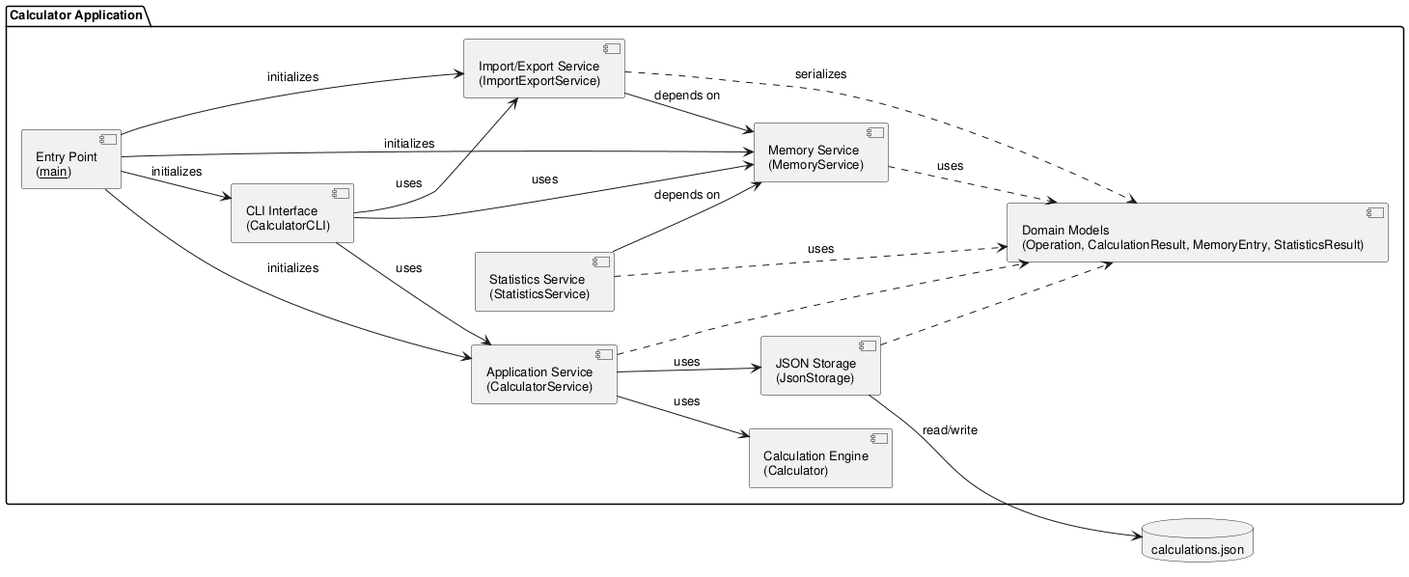
Before: experiments/pipeline/test_driven/calculator/artifacts/component_diagram.png, a diagram exported from PlantUML (DanielRiha8906/Software_autoevolution_using_agents).
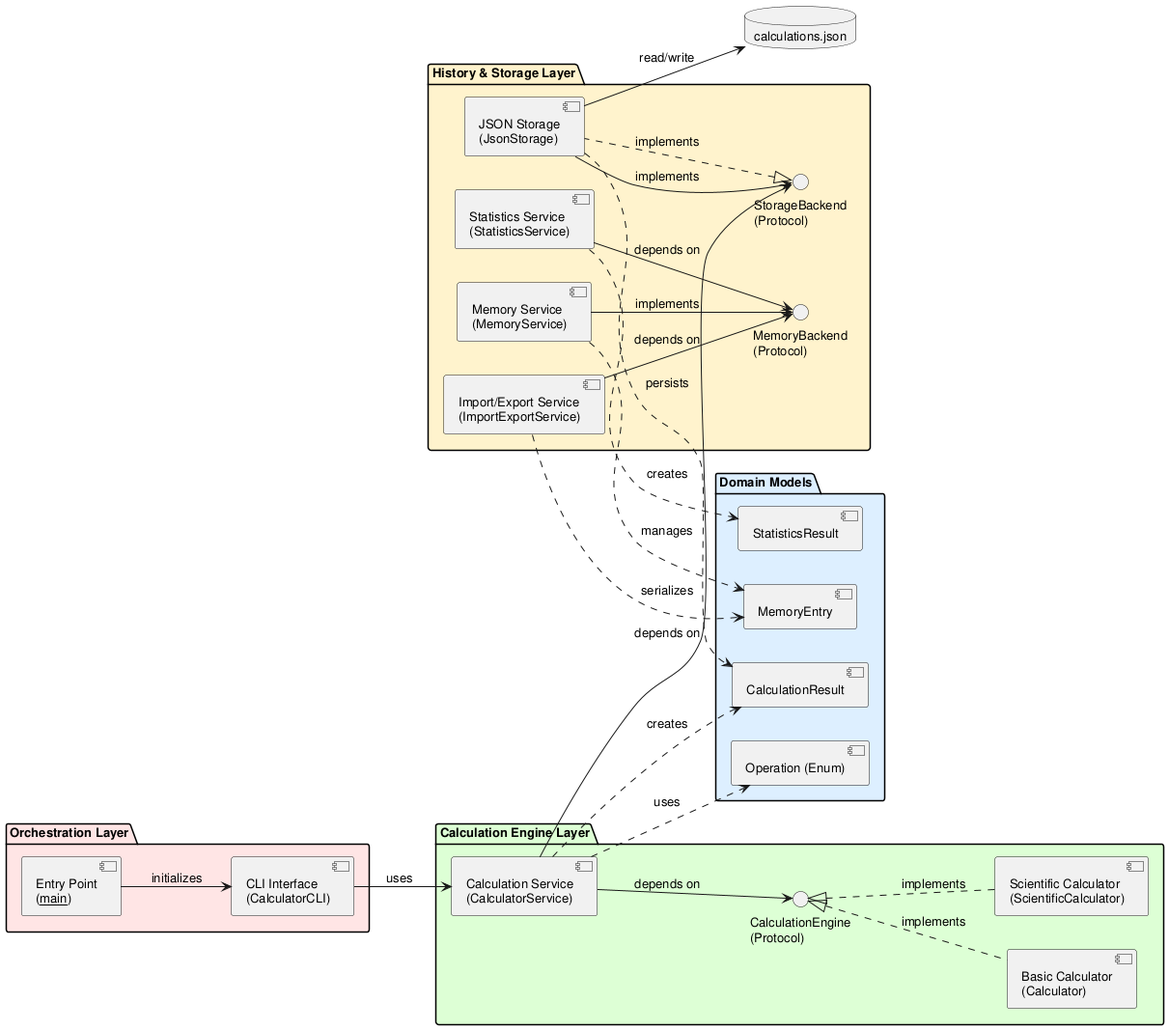
The same diagram one commit later.

Change to the diagram source:
```diff
@@ -4,40 +4,55 @@
 skinparam defaultFontSize 13
 left to right direction
 
-package "Calculator Application" {
-
+package "Orchestration Layer" #FFE5E5 {
     component "Entry Point\n(__main__)" as Main
     component "CLI Interface\n(CalculatorCLI)" as CLI
-    component "Application Service\n(CalculatorService)" as Service
+}
+
+package "Calculation Engine Layer" #DDFFD4 {
+    component "Calculation Service\n(CalculatorService)" as Service
+    component "Basic Calculator\n(Calculator)" as BasicCalc
+    component "Scientific Calculator\n(ScientificCalculator)" as SciCalc
+    interface "CalculationEngine\n(Protocol)" as CalcProto
+}
+
+package "History & Storage Layer" #FFF3CC {
     component "Memory Service\n(MemoryService)" as Memory
+    component "Statistics Service\n(StatisticsService)" as Statistics
     component "Import/Export Service\n(ImportExportService)" as ImportExport
-    component "Statistics Service\n(StatisticsService)" as Statistics
-    component "Calculation Engine\n(Calculator)" as Calc
     component "JSON Storage\n(JsonStorage)" as Store
-    component "Domain Models\n(Operation, CalculationResult, MemoryEntry, StatisticsResult)" as Models
+    interface "MemoryBackend\n(Protocol)" as MemProto
+    interface "StorageBackend\n(Protocol)" as StorProto
+}
 
-    Main --> CLI : initializes
-    Main --> Service : initializes
-    Main --> Memory : initializes
-    Main --> ImportExport : initializes
-
-    CLI --> Service : uses
-    CLI --> Memory : uses
-    CLI --> ImportExport : uses
-    Service --> Calc : uses
-    Service --> Store : uses
-    ImportExport --> Memory : depends on
-    ImportExport ..> Models : serializes
-    Memory ..> Models : uses
-    Statistics --> Memory : depends on
-    Statistics ..> Models : uses
-
-    Service ..> Models
-    Store ..> Models
+package "Domain Models" #DDEEFF {
+    component "Operation (Enum)" as OpModel
+    component "CalculationResult" as CalcModel
+    component "MemoryEntry" as MemModel
+    component "StatisticsResult" as StatsModel
 }
 
 database "calculations.json" as DB
 
+Main --> CLI : initializes
+CLI --> Service : uses
+Service --> CalcProto : depends on
+CalcProto <|.. BasicCalc : implements
+CalcProto <|.. SciCalc : implements
+Service --> StorProto : depends on
+StorProto <|.. Store : implements
+
+Memory --> MemProto : implements
+Statistics --> MemProto : depends on
+ImportExport --> MemProto : depends on
+Store --> StorProto : implements
 Store --> DB : read/write
 
+Service ..> CalcModel : creates
+Service ..> OpModel : uses
+Memory ..> MemModel : manages
+Statistics ..> StatsModel : creates
+ImportExport ..> MemModel : serializes
+Store ..> CalcModel : persists
+
 @enduml
```
